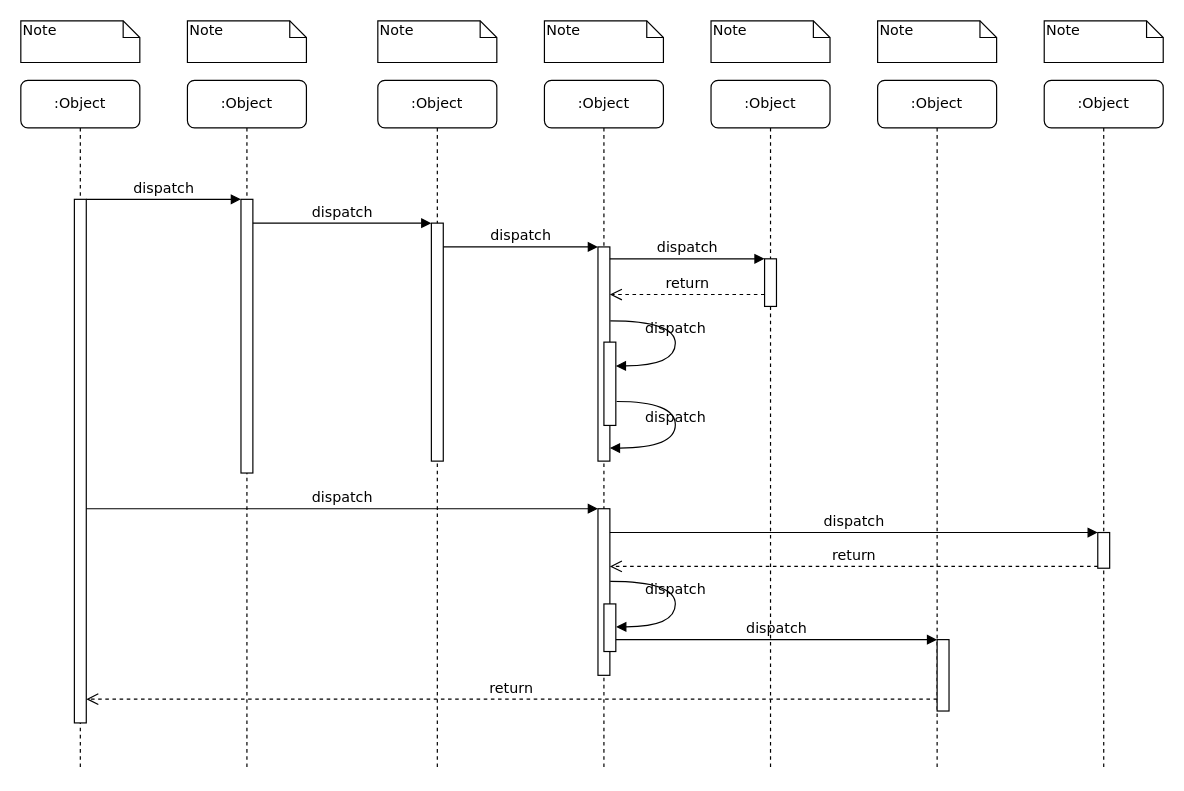
Above: Untitled Diagram.drawio in amir-Nau/Starter-Lab (draw.io), before the change. Source tidied: cells renumbered, new cells numbered last; positions are measured from the earlier drawing's top-left corner, leaving out a move shared by most shapes. Both pictures are drawn from the tidied source at 119%, with x=0, y=0 at pixel (20, 20).
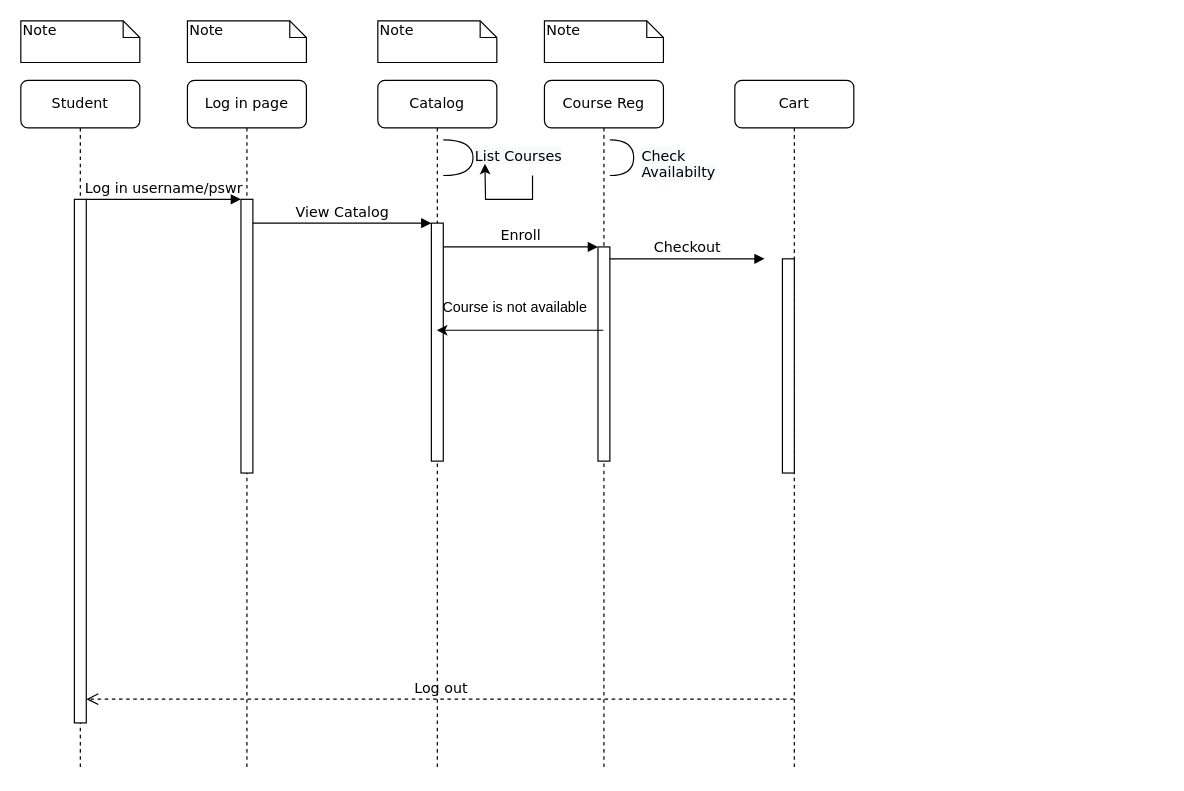
Above is the later version.

The change refers to these unchanged cells:
```xml
<mxCell id="3" style="html=1;points=[];perimeter=orthogonalPerimeter;rounded=0;shadow=0;comic=0;labelBackgroundColor=none;strokeWidth=1;fontFamily=Verdana;fontSize=12;align=center;" parent="2" vertex="1">
  <mxGeometry x="45" y="100" width="10" height="230" as="geometry" />
</mxCell>
<mxCell id="5" style="html=1;points=[];perimeter=orthogonalPerimeter;rounded=0;shadow=0;comic=0;labelBackgroundColor=none;strokeWidth=1;fontFamily=Verdana;fontSize=12;align=center;" parent="4" vertex="1">
  <mxGeometry x="45" y="120" width="10" height="200" as="geometry" />
</mxCell>
<mxCell id="11" style="html=1;points=[];perimeter=orthogonalPerimeter;rounded=0;shadow=0;comic=0;labelBackgroundColor=none;strokeWidth=1;fontFamily=Verdana;fontSize=12;align=center;" parent="10" vertex="1">
  <mxGeometry x="45" y="100" width="10" height="440" as="geometry" />
</mxCell>
<mxCell id="12" style="html=1;points=[];perimeter=orthogonalPerimeter;rounded=0;shadow=0;comic=0;labelBackgroundColor=none;strokeWidth=1;fontFamily=Verdana;fontSize=12;align=center;" parent="1" vertex="1">
  <mxGeometry x="485" y="190" width="10" height="180" as="geometry" />
</mxCell>
```

What changed in the source:
```diff
@@
-    <mxCell id="2" value=":Object" style="shape=umlLifeline;perimeter=lifelinePerimeter;whiteSpace=wrap;html=1;rounded=1;shadow=0;comic=0;labelBackgroundColor=none;strokeWidth=1;fontFamily=Verdana;fontSize=12;align=center;" parent="1" vertex="1">
+    <mxCell id="2" value="Log in page" style="shape=umlLifeline;perimeter=lifelinePerimeter;whiteSpace=wrap;html=1;rounded=1;shadow=0;comic=0;labelBackgroundColor=none;strokeWidth=1;fontFamily=Verdana;fontSize=12;align=center;" parent="1" vertex="1">
       <mxGeometry x="140" y="50" width="100" height="580" as="geometry" />
     </mxCell>
@@
-    <mxCell id="4" value=":Object" style="shape=umlLifeline;perimeter=lifelinePerimeter;whiteSpace=wrap;html=1;outlineConnect=0;rounded=1;shadow=0;comic=0;labelBackgroundColor=none;strokeWidth=1;fontFamily=Verdana;fontSize=12;align=center;" parent="1" vertex="1">
+    <mxCell id="4" value="Catalog" style="shape=umlLifeline;perimeter=lifelinePerimeter;whiteSpace=wrap;html=1;outlineConnect=0;rounded=1;shadow=0;comic=0;labelBackgroundColor=none;strokeWidth=1;fontFamily=Verdana;fontSize=12;align=center;" parent="1" vertex="1">
       <mxGeometry x="300" y="50" width="100" height="580" as="geometry" />
     </mxCell>
@@
+    <mxCell id="39" style="shape=requiredInterface;html=1;verticalLabelPosition=bottom;sketch=0;" parent="4" vertex="1">
+      <mxGeometry x="55" y="50" width="25" height="30" as="geometry" />
+    </mxCell>
-    <mxCell id="6" value=":Object" style="shape=umlLifeline;perimeter=lifelinePerimeter;whiteSpace=wrap;html=1;outlineConnect=0;rounded=1;shadow=0;comic=0;labelBackgroundColor=none;strokeWidth=1;fontFamily=Verdana;fontSize=12;align=center;" parent="1" vertex="1">
+    <mxCell id="6" value="Course Reg" style="shape=umlLifeline;perimeter=lifelinePerimeter;whiteSpace=wrap;html=1;outlineConnect=0;rounded=1;shadow=0;comic=0;labelBackgroundColor=none;strokeWidth=1;fontFamily=Verdana;fontSize=12;align=center;" parent="1" vertex="1">
       <mxGeometry x="440" y="50" width="100" height="580" as="geometry" />
     </mxCell>
-    <mxCell id="7" value=":Object" style="shape=umlLifeline;perimeter=lifelinePerimeter;whiteSpace=wrap;html=1;rounded=1;shadow=0;comic=0;labelBackgroundColor=none;strokeWidth=1;fontFamily=Verdana;fontSize=12;align=center;" parent="1" vertex="1">
-      <mxGeometry x="580" y="50" width="100" height="580" as="geometry" />
-    </mxCell>
-    <mxCell id="8" value=":Object" style="shape=umlLifeline;perimeter=lifelinePerimeter;whiteSpace=wrap;html=1;rounded=1;shadow=0;comic=0;labelBackgroundColor=none;strokeWidth=1;fontFamily=Verdana;fontSize=12;align=center;" parent="1" vertex="1">
-      <mxGeometry x="720" y="50" width="100" height="580" as="geometry" />
-    </mxCell>
-    <mxCell id="9" value=":Object" style="shape=umlLifeline;perimeter=lifelinePerimeter;whiteSpace=wrap;html=1;rounded=1;shadow=0;comic=0;labelBackgroundColor=none;strokeWidth=1;fontFamily=Verdana;fontSize=12;align=center;" parent="1" vertex="1">
-      <mxGeometry x="860" y="50" width="100" height="580" as="geometry" />
-    </mxCell>
+    <mxCell id="40" style="shape=requiredInterface;html=1;verticalLabelPosition=bottom;sketch=0;" parent="6" vertex="1">
+      <mxGeometry x="55" y="50" width="20" height="30" as="geometry" />
+    </mxCell>
+    <mxCell id="41" value="&lt;span style=&quot;font-weight: normal; font-size: 12px;&quot;&gt;Course is not available&lt;/span&gt;" style="text;strokeColor=none;fillColor=none;html=1;fontSize=12;fontStyle=1;verticalAlign=middle;align=center;" parent="6" vertex="1">
+      <mxGeometry x="-80" y="190" width="110" as="geometry" />
+    </mxCell>
-    <mxCell id="10" value=":Object" style="shape=umlLifeline;perimeter=lifelinePerimeter;whiteSpace=wrap;html=1;rounded=1;shadow=0;comic=0;labelBackgroundColor=none;strokeWidth=1;fontFamily=Verdana;fontSize=12;align=center;" parent="1" vertex="1">
+    <mxCell id="10" value="Student" style="shape=umlLifeline;perimeter=lifelinePerimeter;whiteSpace=wrap;html=1;rounded=1;shadow=0;comic=0;labelBackgroundColor=none;strokeWidth=1;fontFamily=Verdana;fontSize=12;align=center;" parent="1" vertex="1">
       <mxGeometry y="50" width="100" height="580" as="geometry" />
     </mxCell>
@@
-    <mxCell id="13" value="dispatch" style="html=1;verticalAlign=bottom;endArrow=block;labelBackgroundColor=none;fontFamily=Verdana;fontSize=12;edgeStyle=elbowEdgeStyle;elbow=vertical;" parent="1" edge="1" source="5" target="12">
+    <mxCell id="13" value="Enroll" style="html=1;verticalAlign=bottom;endArrow=block;labelBackgroundColor=none;fontFamily=Verdana;fontSize=12;edgeStyle=elbowEdgeStyle;elbow=vertical;" parent="1" edge="1" source="5" target="12">
       <mxGeometry relative="1" as="geometry">
         <Array as="points">
           <mxPoint x="360" y="190" />
         </Array>
       </mxGeometry>
     </mxCell>
-    <mxCell id="14" style="html=1;points=[];perimeter=orthogonalPerimeter;rounded=0;shadow=0;comic=0;labelBackgroundColor=none;strokeWidth=1;fontFamily=Verdana;fontSize=12;align=center;" parent="1" vertex="1">
-      <mxGeometry x="625" y="200" width="10" height="40" as="geometry" />
-    </mxCell>
-    <mxCell id="15" value="dispatch" style="html=1;verticalAlign=bottom;endArrow=block;entryX=0;entryY=0;labelBackgroundColor=none;fontFamily=Verdana;fontSize=12;edgeStyle=elbowEdgeStyle;elbow=vertical;" parent="1" edge="1" source="12" target="14">
-      <mxGeometry relative="1" as="geometry" />
+    <mxCell id="15" value="Checkout" style="html=1;verticalAlign=bottom;endArrow=block;entryX=0;entryY=0;labelBackgroundColor=none;fontFamily=Verdana;fontSize=12;edgeStyle=elbowEdgeStyle;elbow=vertical;" parent="1" edge="1" source="12">
+      <mxGeometry relative="1" as="geometry">
+        <mxPoint x="625" y="200" as="targetPoint" />
+      </mxGeometry>
     </mxCell>
-    <mxCell id="16" value="return" style="html=1;verticalAlign=bottom;endArrow=open;dashed=1;endSize=8;labelBackgroundColor=none;fontFamily=Verdana;fontSize=12;edgeStyle=elbowEdgeStyle;elbow=vertical;" parent="1" edge="1" source="14" target="12">
-      <mxGeometry relative="1" as="geometry">
-        <Array as="points">
-          <mxPoint x="570" y="230" />
-          <mxPoint x="600" y="230" />
-        </Array>
-      </mxGeometry>
-    </mxCell>
-    <mxCell id="17" style="html=1;points=[];perimeter=orthogonalPerimeter;rounded=0;shadow=0;comic=0;labelBackgroundColor=none;strokeWidth=1;fontFamily=Verdana;fontSize=12;align=center;" parent="1" vertex="1">
-      <mxGeometry x="485" y="410" width="10" height="140" as="geometry" />
-    </mxCell>
-    <mxCell id="18" value="dispatch" style="html=1;verticalAlign=bottom;endArrow=block;entryX=0;entryY=0;labelBackgroundColor=none;fontFamily=Verdana;fontSize=12;" parent="1" edge="1" source="11" target="17">
-      <mxGeometry relative="1" as="geometry" />
-    </mxCell>
-    <mxCell id="19" style="html=1;points=[];perimeter=orthogonalPerimeter;rounded=0;shadow=0;comic=0;labelBackgroundColor=none;strokeColor=#000000;strokeWidth=1;fillColor=#FFFFFF;fontFamily=Verdana;fontSize=12;fontColor=#000000;align=center;" parent="1" vertex="1">
-      <mxGeometry x="905" y="430" width="10" height="30" as="geometry" />
-    </mxCell>
-    <mxCell id="20" value="dispatch" style="html=1;verticalAlign=bottom;endArrow=block;entryX=0;entryY=0;labelBackgroundColor=none;fontFamily=Verdana;fontSize=12;" parent="1" edge="1" source="17" target="19">
-      <mxGeometry relative="1" as="geometry" />
-    </mxCell>
-    <mxCell id="21" value="return" style="html=1;verticalAlign=bottom;endArrow=open;dashed=1;endSize=8;exitX=0;exitY=0.95;labelBackgroundColor=none;fontFamily=Verdana;fontSize=12;" parent="1" edge="1" source="19" target="17">
-      <mxGeometry relative="1" as="geometry" />
-    </mxCell>
-    <mxCell id="22" style="html=1;points=[];perimeter=orthogonalPerimeter;rounded=0;shadow=0;comic=0;labelBackgroundColor=none;strokeWidth=1;fontFamily=Verdana;fontSize=12;align=center;" parent="1" vertex="1">
-      <mxGeometry x="770" y="520" width="10" height="60" as="geometry" />
-    </mxCell>
-    <mxCell id="23" value="dispatch" style="html=1;verticalAlign=bottom;endArrow=block;entryX=0;entryY=0;labelBackgroundColor=none;fontFamily=Verdana;fontSize=12;edgeStyle=elbowEdgeStyle;elbow=vertical;" parent="1" edge="1" source="30" target="22">
-      <mxGeometry relative="1" as="geometry" />
-    </mxCell>
-    <mxCell id="24" value="return" style="html=1;verticalAlign=bottom;endArrow=open;dashed=1;endSize=8;labelBackgroundColor=none;fontFamily=Verdana;fontSize=12;edgeStyle=elbowEdgeStyle;elbow=vertical;" parent="1" edge="1" source="22" target="11">
+    <mxCell id="24" value="Log out" style="html=1;verticalAlign=bottom;endArrow=open;dashed=1;endSize=8;labelBackgroundColor=none;fontFamily=Verdana;fontSize=12;edgeStyle=elbowEdgeStyle;elbow=vertical;" parent="1" edge="1" source="42" target="11">
       <mxGeometry relative="1" as="geometry">
         <Array as="points">
           <mxPoint x="470" y="570" />
         </Array>
       </mxGeometry>
     </mxCell>
-    <mxCell id="25" value="dispatch" style="html=1;verticalAlign=bottom;endArrow=block;entryX=0;entryY=0;labelBackgroundColor=none;fontFamily=Verdana;fontSize=12;edgeStyle=elbowEdgeStyle;elbow=vertical;" parent="1" edge="1" source="11" target="3">
+    <mxCell id="25" value="Log in username/pswr" style="html=1;verticalAlign=bottom;endArrow=block;entryX=0;entryY=0;labelBackgroundColor=none;fontFamily=Verdana;fontSize=12;edgeStyle=elbowEdgeStyle;elbow=vertical;" parent="1" edge="1" source="11" target="3">
       <mxGeometry relative="1" as="geometry" />
     </mxCell>
-    <mxCell id="26" value="dispatch" style="html=1;verticalAlign=bottom;endArrow=block;entryX=0;entryY=0;labelBackgroundColor=none;fontFamily=Verdana;fontSize=12;edgeStyle=elbowEdgeStyle;elbow=vertical;" parent="1" edge="1" source="3" target="5">
+    <mxCell id="26" value="View Catalog" style="html=1;verticalAlign=bottom;endArrow=block;entryX=0;entryY=0;labelBackgroundColor=none;fontFamily=Verdana;fontSize=12;edgeStyle=elbowEdgeStyle;elbow=vertical;" parent="1" edge="1" source="3" target="5">
       <mxGeometry relative="1" as="geometry" />
     </mxCell>
-    <mxCell id="27" style="html=1;points=[];perimeter=orthogonalPerimeter;rounded=0;shadow=0;comic=0;labelBackgroundColor=none;strokeWidth=1;fontFamily=Verdana;fontSize=12;align=center;" parent="1" vertex="1">
-      <mxGeometry x="490" y="270" width="10" height="70" as="geometry" />
-    </mxCell>
-    <mxCell id="28" value="dispatch" style="html=1;verticalAlign=bottom;endArrow=block;labelBackgroundColor=none;fontFamily=Verdana;fontSize=12;elbow=vertical;edgeStyle=orthogonalEdgeStyle;curved=1;entryX=1;entryY=0.286;entryPerimeter=0;exitX=1.038;exitY=0.345;exitPerimeter=0;" parent="1" edge="1" source="12" target="27">
-      <mxGeometry relative="1" as="geometry">
-        <Array as="points">
-          <mxPoint x="550" y="252" />
-          <mxPoint x="550" y="290" />
-        </Array>
-      </mxGeometry>
-    </mxCell>
-    <mxCell id="29" value="dispatch" style="html=1;verticalAlign=bottom;endArrow=block;labelBackgroundColor=none;fontFamily=Verdana;fontSize=12;elbow=vertical;edgeStyle=orthogonalEdgeStyle;curved=1;exitX=1.066;exitY=0.713;exitPerimeter=0;" parent="1" edge="1" source="27">
-      <mxGeometry relative="1" as="geometry">
-        <mxPoint x="495" y="359" as="targetPoint" />
-        <Array as="points">
-          <mxPoint x="550" y="320" />
-          <mxPoint x="550" y="359" />
-        </Array>
-      </mxGeometry>
-    </mxCell>
-    <mxCell id="30" style="html=1;points=[];perimeter=orthogonalPerimeter;rounded=0;shadow=0;comic=0;labelBackgroundColor=none;strokeWidth=1;fontFamily=Verdana;fontSize=12;align=center;" parent="1" vertex="1">
-      <mxGeometry x="490" y="490" width="10" height="40" as="geometry" />
-    </mxCell>
-    <mxCell id="31" value="dispatch" style="html=1;verticalAlign=bottom;endArrow=block;labelBackgroundColor=none;fontFamily=Verdana;fontSize=12;elbow=vertical;edgeStyle=orthogonalEdgeStyle;curved=1;entryX=1;entryY=0.286;entryPerimeter=0;exitX=1.038;exitY=0.345;exitPerimeter=0;" parent="1" edge="1">
-      <mxGeometry relative="1" as="geometry">
-        <mxPoint x="495.3" y="471" as="sourcePoint" />
-        <mxPoint x="500.3" y="509.3" as="targetPoint" />
-        <Array as="points">
-          <mxPoint x="550" y="471" />
-          <mxPoint x="550" y="509" />
-        </Array>
-      </mxGeometry>
-    </mxCell>
@@
-    <mxCell id="36" value="Note" style="shape=note;whiteSpace=wrap;html=1;size=14;verticalAlign=top;align=left;spacingTop=-6;rounded=0;shadow=0;comic=0;labelBackgroundColor=none;strokeWidth=1;fontFamily=Verdana;fontSize=12;" parent="1" vertex="1">
-      <mxGeometry x="580" width="100" height="35" as="geometry" />
-    </mxCell>
-    <mxCell id="37" value="Note" style="shape=note;whiteSpace=wrap;html=1;size=14;verticalAlign=top;align=left;spacingTop=-6;rounded=0;shadow=0;comic=0;labelBackgroundColor=none;strokeWidth=1;fontFamily=Verdana;fontSize=12;" parent="1" vertex="1">
-      <mxGeometry x="720" width="100" height="35" as="geometry" />
-    </mxCell>
-    <mxCell id="38" value="Note" style="shape=note;whiteSpace=wrap;html=1;size=14;verticalAlign=top;align=left;spacingTop=-6;rounded=0;shadow=0;comic=0;labelBackgroundColor=none;strokeWidth=1;fontFamily=Verdana;fontSize=12;" parent="1" vertex="1">
-      <mxGeometry x="860" width="100" height="35" as="geometry" />
-    </mxCell>
+    <mxCell id="42" value="Cart" style="shape=umlLifeline;perimeter=lifelinePerimeter;whiteSpace=wrap;html=1;outlineConnect=0;rounded=1;shadow=0;comic=0;labelBackgroundColor=none;strokeWidth=1;fontFamily=Verdana;fontSize=12;align=center;" parent="1" vertex="1">
+      <mxGeometry x="600" y="50" width="100" height="580" as="geometry" />
+    </mxCell>
+    <mxCell id="43" style="html=1;perimeter=orthogonalPerimeter;rounded=0;shadow=0;comic=0;labelBackgroundColor=none;strokeWidth=1;fontFamily=Verdana;fontSize=12;align=center;" parent="42" vertex="1">
+      <mxGeometry x="40" y="150" width="10" height="180" as="geometry" />
+    </mxCell>
+    <mxCell id="44" style="edgeStyle=orthogonalEdgeStyle;rounded=0;jettySize=auto;html=1;" parent="1" edge="1" source="45">
+      <mxGeometry relative="1" as="geometry">
+        <mxPoint x="390" y="120" as="targetPoint" />
+      </mxGeometry>
+    </mxCell>
+    <mxCell id="45" value="&lt;span style=&quot;color: rgb(0 , 0 , 0) ; font-family: &amp;#34;verdana&amp;#34; ; font-size: 12px ; font-style: normal ; font-weight: 400 ; letter-spacing: normal ; text-align: center ; text-indent: 0px ; text-transform: none ; word-spacing: 0px ; background-color: rgb(248 , 249 , 250) ; display: inline ; float: none&quot;&gt;List Courses&lt;/span&gt;" style="text;whiteSpace=wrap;html=1;" parent="1" vertex="1">
+      <mxGeometry x="380" y="100" width="100" height="30" as="geometry" />
+    </mxCell>
+    <mxCell id="46" value="&lt;span style=&quot;color: rgb(0 , 0 , 0) ; font-family: &amp;#34;verdana&amp;#34; ; font-size: 12px ; font-style: normal ; font-weight: 400 ; letter-spacing: normal ; text-align: center ; text-indent: 0px ; text-transform: none ; word-spacing: 0px ; background-color: rgb(248 , 249 , 250) ; display: inline ; float: none&quot;&gt;Check Availabilty&lt;/span&gt;" style="text;whiteSpace=wrap;html=1;" parent="1" vertex="1">
+      <mxGeometry x="520" y="100" width="100" height="30" as="geometry" />
+    </mxCell>
+    <mxCell id="47" style="endArrow=classic;html=1;rounded=0;" parent="1" edge="1" source="6" target="4">
+      <mxGeometry relative="1" as="geometry">
+        <Array as="points">
+          <mxPoint x="390" y="260" />
+        </Array>
+      </mxGeometry>
+    </mxCell>
```
